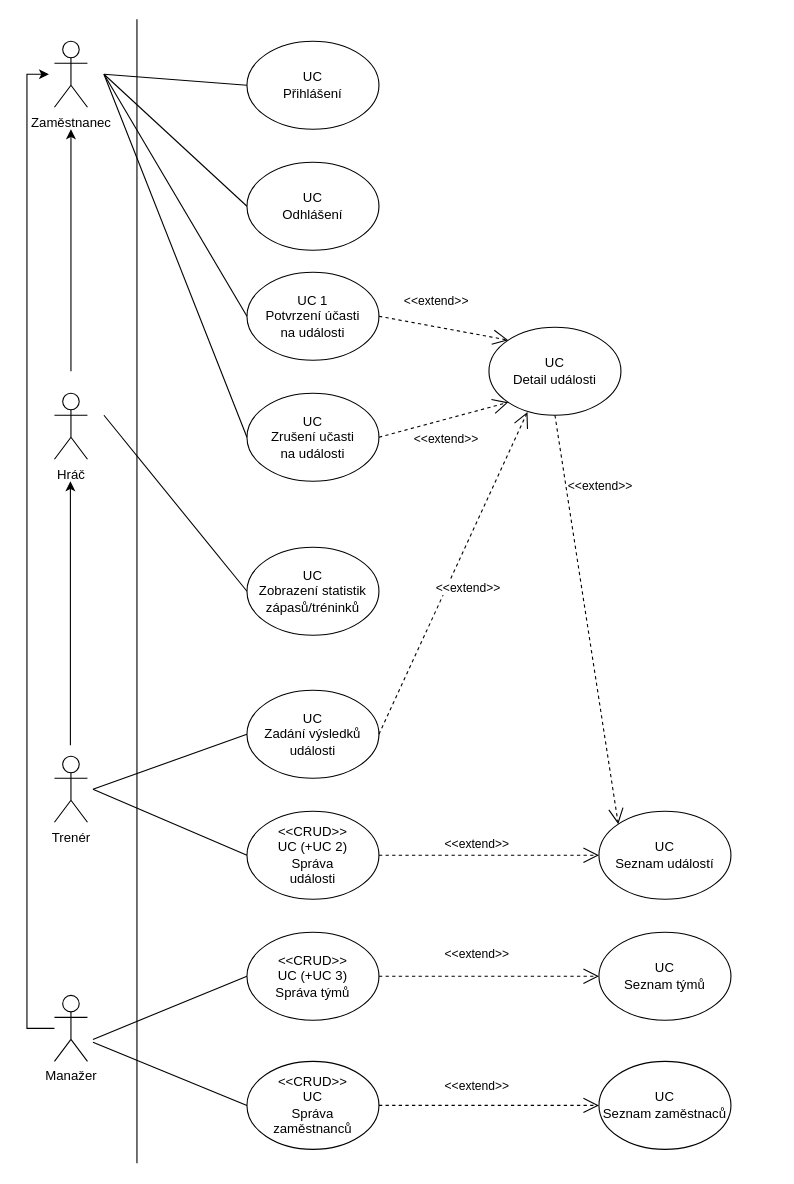
dminikm/EsportsIS keeps this draw.io diagram as UseCaseDiagram.drawio. Above is the earlier version. Source tidied: cells renumbered, new cells numbered last; positions are measured from the earlier drawing's top-left corner, leaving out a move shared by most shapes. Both pictures are drawn from the tidied source at 110%, with x=0, y=0 at pixel (26, 19).
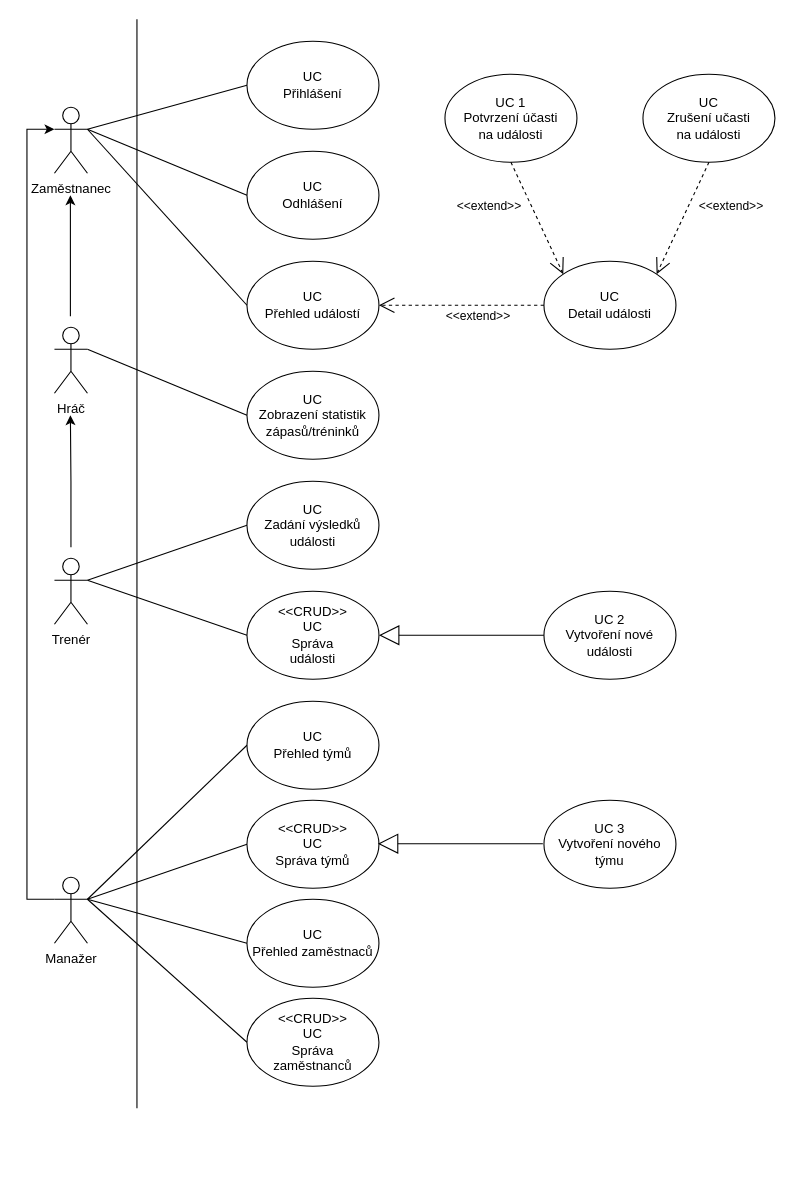
After the change.

The change refers to these unchanged cells:
```xml
<mxCell id="10" value="UC&lt;br&gt;Přihlášení" style="ellipse;whiteSpace=wrap;html=1;" parent="1" vertex="1">
  <mxGeometry x="200" y="20" width="120" height="80" as="geometry" />
</mxCell>
```

Diff of the diagram source:
```diff
@@
     <mxCell id="2" style="endArrow=none;html=1;" parent="1" edge="1">
       <mxGeometry relative="1" as="geometry">
-        <mxPoint x="100" y="1040" as="sourcePoint" />
+        <mxPoint x="100" y="990" as="sourcePoint" />
         <mxPoint x="100" as="targetPoint" />
       </mxGeometry>
     </mxCell>
     <mxCell id="3" style="edgeStyle=orthogonalEdgeStyle;rounded=0;orthogonalLoop=1;jettySize=auto;html=1;" parent="1" edge="1">
       <mxGeometry relative="1" as="geometry">
-        <mxPoint x="40" y="320" as="sourcePoint" />
-        <mxPoint x="40" y="100" as="targetPoint" />
+        <mxPoint x="39.5" y="270" as="sourcePoint" />
+        <mxPoint x="39.5" y="160" as="targetPoint" />
       </mxGeometry>
     </mxCell>
     <mxCell id="4" value="Hráč" style="shape=umlActor;verticalLabelPosition=bottom;verticalAlign=top;html=1;outlineConnect=0;" parent="1" vertex="1">
-      <mxGeometry x="25" y="340" width="30" height="60" as="geometry" />
+      <mxGeometry x="25" y="280" width="30" height="60" as="geometry" />
     </mxCell>
     <mxCell id="5" style="edgeStyle=orthogonalEdgeStyle;rounded=0;orthogonalLoop=1;jettySize=auto;html=1;" parent="1" edge="1">
       <mxGeometry relative="1" as="geometry">
-        <mxPoint x="39.5" y="660" as="sourcePoint" />
-        <mxPoint x="39.5" y="420" as="targetPoint" />
+        <mxPoint x="40" y="480" as="sourcePoint" />
+        <mxPoint x="39.5" y="360" as="targetPoint" />
+        <Array as="points">
+          <mxPoint x="40" y="420" />
+        </Array>
       </mxGeometry>
     </mxCell>
     <mxCell id="6" value="Trenér" style="shape=umlActor;verticalLabelPosition=bottom;verticalAlign=top;html=1;outlineConnect=0;" parent="1" vertex="1">
-      <mxGeometry x="25" y="670" width="30" height="60" as="geometry" />
+      <mxGeometry x="25" y="490" width="30" height="60" as="geometry" />
     </mxCell>
-    <mxCell id="7" style="edgeStyle=orthogonalEdgeStyle;rounded=0;jettySize=auto;html=1;" parent="1" edge="1" source="8">
+    <mxCell id="7" style="edgeStyle=orthogonalEdgeStyle;rounded=0;jettySize=auto;html=1;exitX=0;exitY=0.3333333333333333;exitDx=0;exitDy=0;exitPerimeter=0;entryX=0;entryY=0.3333333333333333;entryDx=0;entryDy=0;entryPerimeter=0;" parent="1" edge="1" source="8" target="9">
       <mxGeometry relative="1" as="geometry">
-        <mxPoint x="20" y="50" as="targetPoint" />
         <Array as="points">
-          <mxPoint y="917" />
-          <mxPoint y="50" />
+          <mxPoint y="800" />
+          <mxPoint y="100" />
         </Array>
       </mxGeometry>
     </mxCell>
     <mxCell id="8" value="Manažer" style="shape=umlActor;verticalLabelPosition=bottom;verticalAlign=top;html=1;outlineConnect=0;" parent="1" vertex="1">
-      <mxGeometry x="25" y="887.4" width="30" height="60" as="geometry" />
+      <mxGeometry x="25" y="780" width="30" height="60" as="geometry" />
     </mxCell>
     <mxCell id="9" value="Zaměstnanec" style="shape=umlActor;verticalLabelPosition=bottom;verticalAlign=top;html=1;outlineConnect=0;" parent="1" vertex="1">
-      <mxGeometry x="25" y="20" width="30" height="60" as="geometry" />
+      <mxGeometry x="25" y="80" width="30" height="60" as="geometry" />
     </mxCell>
@@
     <mxCell id="11" value="UC&lt;br&gt;Odhlášení" style="ellipse;whiteSpace=wrap;html=1;" parent="1" vertex="1">
-      <mxGeometry x="200" y="130" width="120" height="80" as="geometry" />
+      <mxGeometry x="200" y="120" width="120" height="80" as="geometry" />
     </mxCell>
-    <mxCell id="12" value="UC&lt;br&gt;Seznam týmů" style="ellipse;whiteSpace=wrap;html=1;" parent="1" vertex="1">
-      <mxGeometry x="520" y="830" width="120" height="80" as="geometry" />
+    <mxCell id="12" value="UC&lt;br&gt;Přehled týmů" style="ellipse;whiteSpace=wrap;html=1;" parent="1" vertex="1">
+      <mxGeometry x="200" y="620" width="120" height="80" as="geometry" />
     </mxCell>
-    <mxCell id="13" value="&amp;lt;&amp;lt;CRUD&amp;gt;&amp;gt;&lt;br&gt;UC (+UC 3)&lt;br&gt;Správa týmů" style="ellipse;whiteSpace=wrap;html=1;" parent="1" vertex="1">
-      <mxGeometry x="200" y="830" width="120" height="80" as="geometry" />
+    <mxCell id="13" value="&amp;lt;&amp;lt;CRUD&amp;gt;&amp;gt;&lt;br&gt;UC&lt;br&gt;Správa týmů" style="ellipse;whiteSpace=wrap;html=1;" parent="1" vertex="1">
+      <mxGeometry x="200" y="710" width="120" height="80" as="geometry" />
     </mxCell>
-    <mxCell id="14" style="endArrow=none;html=1;entryX=0;entryY=0.5;entryDx=0;entryDy=0;" parent="1" edge="1" target="13">
-      <mxGeometry relative="1" as="geometry">
-        <mxPoint x="60" y="927.4" as="sourcePoint" />
-      </mxGeometry>
+    <mxCell id="14" style="endArrow=none;html=1;entryX=0;entryY=0.5;entryDx=0;entryDy=0;exitX=1;exitY=0.3333333333333333;exitDx=0;exitDy=0;exitPerimeter=0;" parent="1" edge="1" source="8" target="13">
+      <mxGeometry relative="1" as="geometry" />
     </mxCell>
-    <mxCell id="15" value="UC&lt;br&gt;Seznam událostí" style="ellipse;whiteSpace=wrap;html=1;" parent="1" vertex="1">
-      <mxGeometry x="520" y="720" width="120" height="80" as="geometry" />
+    <mxCell id="15" value="UC&lt;br&gt;Přehled událostí" style="ellipse;whiteSpace=wrap;html=1;" parent="1" vertex="1">
+      <mxGeometry x="200" y="220" width="120" height="80" as="geometry" />
     </mxCell>
-    <mxCell id="16" value="UC&lt;br&gt;Seznam zaměstnaců" style="ellipse;whiteSpace=wrap;html=1;" parent="1" vertex="1">
-      <mxGeometry x="520" y="947.4" width="120" height="80" as="geometry" />
+    <mxCell id="16" value="UC&lt;br&gt;Přehled zaměstnaců" style="ellipse;whiteSpace=wrap;html=1;" parent="1" vertex="1">
+      <mxGeometry x="200" y="800" width="120" height="80" as="geometry" />
     </mxCell>
     <mxCell id="17" value="&amp;lt;&amp;lt;CRUD&amp;gt;&amp;gt;&lt;br&gt;UC&lt;br&gt;Správa&lt;br&gt;zaměstnanců" style="ellipse;whiteSpace=wrap;html=1;" parent="1" vertex="1">
-      <mxGeometry x="200" y="947.4" width="120" height="80" as="geometry" />
+      <mxGeometry x="200" y="890" width="120" height="80" as="geometry" />
     </mxCell>
-    <mxCell id="18" value="&amp;lt;&amp;lt;CRUD&amp;gt;&amp;gt;&lt;br&gt;UC (+UC 2)&lt;br&gt;Správa&lt;br&gt;události" style="ellipse;whiteSpace=wrap;html=1;" parent="1" vertex="1">
-      <mxGeometry x="200" y="720" width="120" height="80" as="geometry" />
+    <mxCell id="18" value="&amp;lt;&amp;lt;CRUD&amp;gt;&amp;gt;&lt;br&gt;UC&lt;br&gt;Správa&lt;br&gt;události" style="ellipse;whiteSpace=wrap;html=1;" parent="1" vertex="1">
+      <mxGeometry x="200" y="520" width="120" height="80" as="geometry" />
     </mxCell>
-    <mxCell id="19" style="endArrow=none;html=1;exitX=0;exitY=0.5;exitDx=0;exitDy=0;" parent="1" edge="1" source="18">
-      <mxGeometry relative="1" as="geometry">
-        <mxPoint x="60" y="700" as="targetPoint" />
-      </mxGeometry>
+    <mxCell id="19" style="endArrow=none;html=1;exitX=0;exitY=0.5;exitDx=0;exitDy=0;entryX=1;entryY=0.3333333333333333;entryDx=0;entryDy=0;entryPerimeter=0;" parent="1" edge="1" source="18" target="6">
+      <mxGeometry relative="1" as="geometry" />
     </mxCell>
     <mxCell id="20" value="UC 1&lt;br&gt;Potvrzení účasti&lt;br&gt;na události" style="ellipse;whiteSpace=wrap;html=1;" parent="1" vertex="1">
-      <mxGeometry x="200" y="230" width="120" height="80" as="geometry" />
+      <mxGeometry x="380" y="50" width="120" height="80" as="geometry" />
     </mxCell>
     <mxCell id="21" value="UC&lt;br&gt;Detail události" style="ellipse;whiteSpace=wrap;html=1;" parent="1" vertex="1">
-      <mxGeometry x="420" y="280" width="120" height="80" as="geometry" />
+      <mxGeometry x="470" y="220" width="120" height="80" as="geometry" />
     </mxCell>
-    <mxCell id="22" style="endArrow=none;html=1;entryX=0;entryY=0.5;entryDx=0;entryDy=0;" parent="1" edge="1" target="20">
-      <mxGeometry relative="1" as="geometry">
-        <mxPoint x="70" y="50" as="sourcePoint" />
-      </mxGeometry>
-    </mxCell>
     <mxCell id="23" value="UC&lt;br&gt;Zrušení učasti&lt;br&gt;na události" style="ellipse;whiteSpace=wrap;html=1;" parent="1" vertex="1">
-      <mxGeometry x="200" y="340" width="120" height="80" as="geometry" />
+      <mxGeometry x="560" y="50" width="120" height="80" as="geometry" />
     </mxCell>
-    <mxCell id="24" style="endArrow=none;html=1;exitX=0;exitY=0.5;exitDx=0;exitDy=0;" parent="1" edge="1" source="23">
-      <mxGeometry relative="1" as="geometry">
-        <mxPoint x="70" y="50" as="targetPoint" />
-      </mxGeometry>
-    </mxCell>
     <mxCell id="25" value="UC&lt;br&gt;Zadání výsledků&lt;br&gt;události" style="ellipse;whiteSpace=wrap;html=1;" parent="1" vertex="1">
-      <mxGeometry x="200" y="610" width="120" height="80" as="geometry" />
+      <mxGeometry x="200" y="420" width="120" height="80" as="geometry" />
     </mxCell>
-    <mxCell id="26" style="endArrow=none;html=1;exitX=0;exitY=0.5;exitDx=0;exitDy=0;" parent="1" edge="1" source="25">
-      <mxGeometry relative="1" as="geometry">
-        <mxPoint x="60" y="700" as="targetPoint" />
-      </mxGeometry>
+    <mxCell id="26" style="endArrow=none;html=1;exitX=0;exitY=0.5;exitDx=0;exitDy=0;entryX=1;entryY=0.3333333333333333;entryDx=0;entryDy=0;entryPerimeter=0;" parent="1" edge="1" source="25" target="6">
+      <mxGeometry relative="1" as="geometry" />
     </mxCell>
-    <mxCell id="27" value="&amp;lt;&amp;lt;extend&amp;gt;&amp;gt;" style="endArrow=open;endSize=12;dashed=1;html=1;exitX=1;exitY=0.5;exitDx=0;exitDy=0;entryX=0;entryY=0.5;entryDx=0;entryDy=0;" parent="1" edge="1" source="17" target="16">
-      <mxGeometry x="-0.11" y="17" relative="1" as="geometry" />
-    </mxCell>
-    <mxCell id="28" value="&amp;lt;&amp;lt;extend&amp;gt;&amp;gt;" style="endArrow=open;endSize=12;dashed=1;html=1;exitX=1;exitY=0.5;exitDx=0;exitDy=0;entryX=0;entryY=0.5;entryDx=0;entryDy=0;" parent="1" edge="1" source="13" target="12">
-      <mxGeometry x="-0.11" y="20" relative="1" as="geometry" />
-    </mxCell>
-    <mxCell id="29" value="&amp;lt;&amp;lt;extend&amp;gt;&amp;gt;" style="endArrow=open;endSize=12;dashed=1;html=1;exitX=1;exitY=0.5;exitDx=0;exitDy=0;entryX=0;entryY=0.5;entryDx=0;entryDy=0;" parent="1" edge="1" source="18" target="15">
-      <mxGeometry x="-0.11" y="10" relative="1" as="geometry" />
-    </mxCell>
-    <mxCell id="30" value="&amp;lt;&amp;lt;extend&amp;gt;&amp;gt;" style="endArrow=open;endSize=12;dashed=1;html=1;exitX=0.5;exitY=1;exitDx=0;exitDy=0;entryX=0;entryY=0;entryDx=0;entryDy=0;" parent="1" edge="1" source="21" target="15">
-      <mxGeometry x="-0.63" y="31" relative="1" as="geometry" />
+    <mxCell id="30" value="&amp;lt;&amp;lt;extend&amp;gt;&amp;gt;" style="endArrow=open;endSize=12;dashed=1;html=1;entryX=1;entryY=0.5;entryDx=0;entryDy=0;exitX=0;exitY=0.5;exitDx=0;exitDy=0;" parent="1" edge="1" source="21" target="15">
+      <mxGeometry x="-0.2" y="10" relative="1" as="geometry" />
     </mxCell>
-    <mxCell id="31" style="endArrow=none;html=1;exitX=0;exitY=0.5;exitDx=0;exitDy=0;" parent="1" edge="1" source="17">
-      <mxGeometry relative="1" as="geometry">
-        <mxPoint x="60" y="930" as="targetPoint" />
-      </mxGeometry>
+    <mxCell id="31" style="endArrow=none;html=1;exitX=0;exitY=0.5;exitDx=0;exitDy=0;entryX=1;entryY=0.3333333333333333;entryDx=0;entryDy=0;entryPerimeter=0;" parent="1" edge="1" source="17" target="8">
+      <mxGeometry relative="1" as="geometry" />
     </mxCell>
     <mxCell id="32" value="UC&lt;br&gt;Zobrazení statistik&lt;br&gt;zápasů/tréninků" style="ellipse;whiteSpace=wrap;html=1;" parent="1" vertex="1">
-      <mxGeometry x="200" y="480" width="120" height="80" as="geometry" />
+      <mxGeometry x="200" y="320" width="120" height="80" as="geometry" />
     </mxCell>
-    <mxCell id="33" style="endArrow=none;html=1;exitX=0;exitY=0.5;exitDx=0;exitDy=0;" parent="1" edge="1" source="32">
-      <mxGeometry relative="1" as="geometry">
-        <mxPoint x="70" y="360" as="targetPoint" />
-      </mxGeometry>
+    <mxCell id="33" style="endArrow=none;html=1;exitX=0;exitY=0.5;exitDx=0;exitDy=0;entryX=1;entryY=0.3333333333333333;entryDx=0;entryDy=0;entryPerimeter=0;" parent="1" edge="1" source="32" target="4">
+      <mxGeometry relative="1" as="geometry" />
     </mxCell>
-    <mxCell id="34" value="&amp;lt;&amp;lt;extend&amp;gt;&amp;gt;" style="endArrow=open;endSize=12;dashed=1;html=1;exitX=1;exitY=0.5;exitDx=0;exitDy=0;entryX=0;entryY=1;entryDx=0;entryDy=0;" parent="1" edge="1" source="23" target="21">
-      <mxGeometry x="-0.04" y="-18" relative="1" as="geometry" />
+    <mxCell id="34" value="&amp;lt;&amp;lt;extend&amp;gt;&amp;gt;" style="endArrow=open;endSize=12;dashed=1;html=1;exitX=0.5;exitY=1;exitDx=0;exitDy=0;entryX=1;entryY=0;entryDx=0;entryDy=0;" parent="1" edge="1" source="23" target="21">
+      <mxGeometry x="-0.51" y="35" relative="1" as="geometry" />
     </mxCell>
-    <mxCell id="35" value="&amp;lt;&amp;lt;extend&amp;gt;&amp;gt;" style="endArrow=open;endSize=12;dashed=1;html=1;exitX=1;exitY=0.5;exitDx=0;exitDy=0;entryX=0;entryY=0;entryDx=0;entryDy=0;" parent="1" edge="1" source="20" target="21">
-      <mxGeometry x="-0.18" y="22" relative="1" as="geometry">
-        <mxPoint y="-1" as="offset" />
-      </mxGeometry>
+    <mxCell id="35" value="&amp;lt;&amp;lt;extend&amp;gt;&amp;gt;" style="endArrow=open;endSize=12;dashed=1;html=1;exitX=0.5;exitY=1;exitDx=0;exitDy=0;entryX=0;entryY=0;entryDx=0;entryDy=0;" parent="1" edge="1" source="20" target="21">
+      <mxGeometry x="-0.51" y="-35" relative="1" as="geometry" />
     </mxCell>
-    <mxCell id="36" value="&amp;lt;&amp;lt;extend&amp;gt;&amp;gt;" style="endArrow=open;endSize=12;dashed=1;html=1;exitX=1;exitY=0.5;exitDx=0;exitDy=0;entryX=0.292;entryY=0.963;entryDx=0;entryDy=0;entryPerimeter=0;" parent="1" edge="1" source="25" target="21">
-      <mxGeometry x="-0.04" y="-18" relative="1" as="geometry" />
-    </mxCell>
-    <mxCell id="37" style="endArrow=none;html=1;entryX=0;entryY=0.5;entryDx=0;entryDy=0;" parent="1" edge="1" target="10">
-      <mxGeometry relative="1" as="geometry">
-        <mxPoint x="70" y="50" as="sourcePoint" />
-      </mxGeometry>
+    <mxCell id="37" style="endArrow=none;html=1;entryX=0;entryY=0.5;entryDx=0;entryDy=0;exitX=1;exitY=0.3333333333333333;exitDx=0;exitDy=0;exitPerimeter=0;" parent="1" edge="1" source="9" target="10">
+      <mxGeometry relative="1" as="geometry" />
     </mxCell>
-    <mxCell id="38" style="endArrow=none;html=1;entryX=0;entryY=0.5;entryDx=0;entryDy=0;" parent="1" edge="1" target="11">
-      <mxGeometry relative="1" as="geometry">
-        <mxPoint x="70" y="50" as="sourcePoint" />
-      </mxGeometry>
+    <mxCell id="38" style="endArrow=none;html=1;entryX=0;entryY=0.5;entryDx=0;entryDy=0;exitX=1;exitY=0.3333333333333333;exitDx=0;exitDy=0;exitPerimeter=0;" parent="1" edge="1" source="9" target="11">
+      <mxGeometry relative="1" as="geometry" />
     </mxCell>
+    <mxCell id="39" style="endArrow=none;html=1;entryX=0;entryY=0.5;entryDx=0;entryDy=0;exitX=1;exitY=0.3333333333333333;exitDx=0;exitDy=0;exitPerimeter=0;" parent="1" edge="1" source="8" target="12">
+      <mxGeometry relative="1" as="geometry" />
+    </mxCell>
+    <mxCell id="40" style="endArrow=none;html=1;entryX=0;entryY=0.5;entryDx=0;entryDy=0;exitX=1;exitY=0.3333333333333333;exitDx=0;exitDy=0;exitPerimeter=0;" parent="1" edge="1" source="8" target="16">
+      <mxGeometry relative="1" as="geometry" />
+    </mxCell>
+    <mxCell id="41" style="endArrow=none;html=1;entryX=0;entryY=0.5;entryDx=0;entryDy=0;exitX=1;exitY=0.3333333333333333;exitDx=0;exitDy=0;exitPerimeter=0;" parent="1" edge="1" source="9" target="15">
+      <mxGeometry relative="1" as="geometry" />
+    </mxCell>
+    <mxCell id="42" style="endArrow=block;endSize=16;endFill=0;html=1;entryX=1;entryY=0.5;entryDx=0;entryDy=0;exitX=0;exitY=0.5;exitDx=0;exitDy=0;" parent="1" edge="1" source="43" target="18">
+      <mxGeometry x="-0.07" y="-40" relative="1" as="geometry" />
+    </mxCell>
+    <mxCell id="43" value="UC 2&lt;br&gt;Vytvoření nové události" style="ellipse;whiteSpace=wrap;html=1;" parent="1" vertex="1">
+      <mxGeometry x="470" y="520" width="120" height="80" as="geometry" />
+    </mxCell>
+    <mxCell id="44" value="UC 3&lt;br&gt;Vytvoření nového týmu" style="ellipse;whiteSpace=wrap;html=1;" parent="1" vertex="1">
+      <mxGeometry x="470" y="710" width="120" height="80" as="geometry" />
+    </mxCell>
+    <mxCell id="45" style="endArrow=block;endSize=16;endFill=0;html=1;entryX=1;entryY=0.5;entryDx=0;entryDy=0;exitX=0;exitY=0.5;exitDx=0;exitDy=0;" parent="1" edge="1">
+      <mxGeometry x="-0.07" y="-40" relative="1" as="geometry">
+        <mxPoint x="469" y="749.5" as="sourcePoint" />
+        <mxPoint x="319" y="749.5" as="targetPoint" />
+      </mxGeometry>
+    </mxCell>
```
